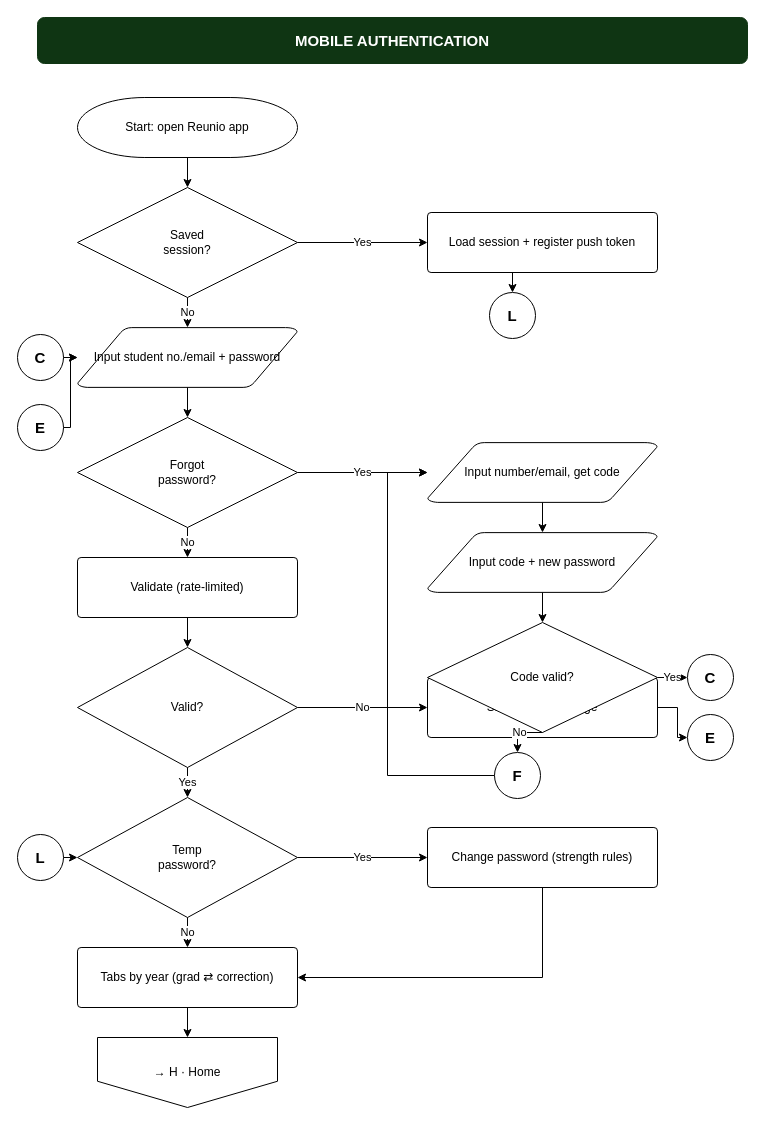
Before: page "Mobile — Auth" (2 of 4) of docs/reunio-mobile-flow.drawio in dibidjims17/Alumni-System, a draw.io diagram. Source tidied: cells renumbered, new cells numbered last; positions are measured from the earlier drawing's top-left corner, leaving out a move shared by most shapes. Both pictures are drawn from the tidied source at 100%, with x=0, y=0 at pixel (17, 17).
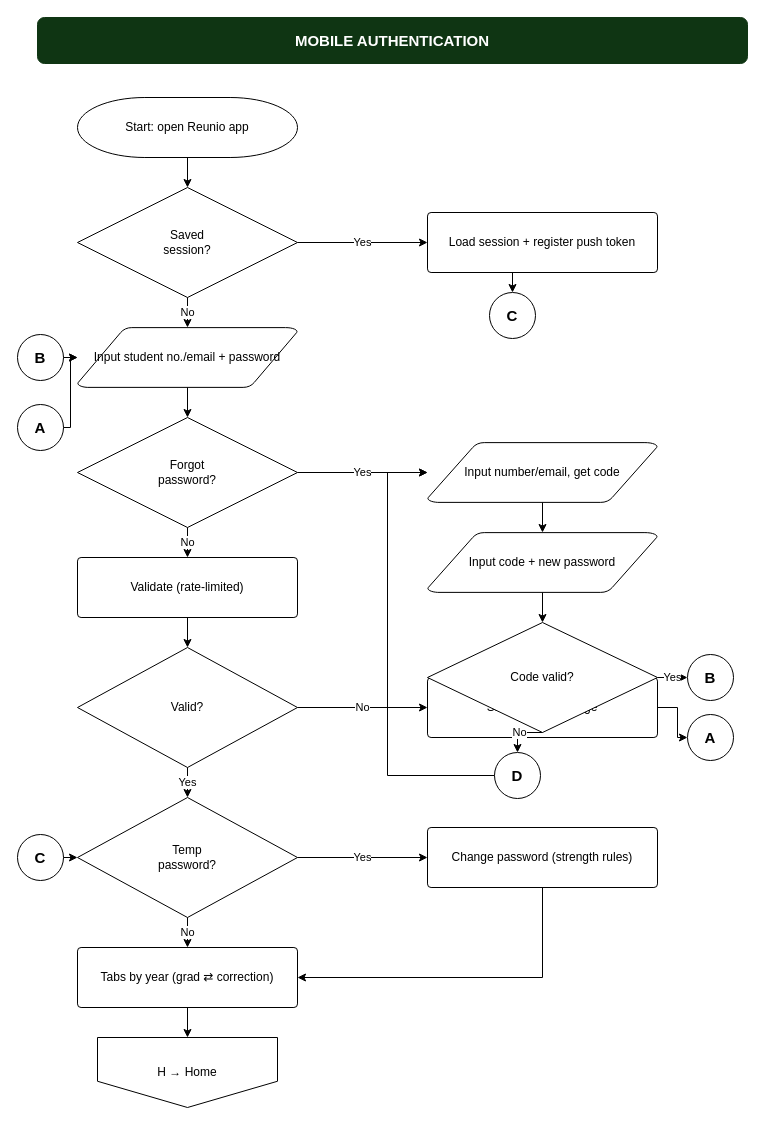
The same diagram, later.

What changed in the source:
```diff
@@
-    <mxCell id="11" value="E" style="shape=mxgraph.flowchart.start_2;whiteSpace=wrap;html=1;fontSize=15;fontStyle=1;" parent="1" vertex="1">
+    <mxCell id="11" value="A" style="shape=mxgraph.flowchart.start_2;whiteSpace=wrap;html=1;fontSize=15;fontStyle=1;" parent="1" vertex="1">
       <mxGeometry x="670" y="697" width="46" height="46" as="geometry" />
     </mxCell>
@@
-    <mxCell id="15" value="→ H · Home" style="shape=offPageConnector;whiteSpace=wrap;html=1;fontSize=12;" parent="1" vertex="1">
+    <mxCell id="15" value="H → Home" style="shape=offPageConnector;whiteSpace=wrap;html=1;fontSize=12;" parent="1" vertex="1">
       <mxGeometry x="80" y="1020" width="180" height="70" as="geometry" />
     </mxCell>
-    <mxCell id="16" value="C" style="shape=mxgraph.flowchart.start_2;whiteSpace=wrap;html=1;fontSize=15;fontStyle=1;" parent="1" vertex="1">
+    <mxCell id="16" value="B" style="shape=mxgraph.flowchart.start_2;whiteSpace=wrap;html=1;fontSize=15;fontStyle=1;" parent="1" vertex="1">
       <mxGeometry x="670" y="637" width="46" height="46" as="geometry" />
     </mxCell>
-    <mxCell id="17" value="C" style="shape=mxgraph.flowchart.start_2;whiteSpace=wrap;html=1;fontSize=15;fontStyle=1;" parent="1" vertex="1">
+    <mxCell id="17" value="B" style="shape=mxgraph.flowchart.start_2;whiteSpace=wrap;html=1;fontSize=15;fontStyle=1;" parent="1" vertex="1">
       <mxGeometry y="317" width="46" height="46" as="geometry" />
     </mxCell>
-    <mxCell id="18" value="E" style="shape=mxgraph.flowchart.start_2;whiteSpace=wrap;html=1;fontSize=15;fontStyle=1;" parent="1" vertex="1">
+    <mxCell id="18" value="A" style="shape=mxgraph.flowchart.start_2;whiteSpace=wrap;html=1;fontSize=15;fontStyle=1;" parent="1" vertex="1">
       <mxGeometry y="387" width="46" height="46" as="geometry" />
     </mxCell>
-    <mxCell id="19" value="L" style="shape=mxgraph.flowchart.start_2;whiteSpace=wrap;html=1;fontSize=15;fontStyle=1;" parent="1" vertex="1">
+    <mxCell id="19" value="C" style="shape=mxgraph.flowchart.start_2;whiteSpace=wrap;html=1;fontSize=15;fontStyle=1;" parent="1" vertex="1">
       <mxGeometry x="472" y="275" width="46" height="46" as="geometry" />
     </mxCell>
-    <mxCell id="20" value="L" style="shape=mxgraph.flowchart.start_2;whiteSpace=wrap;html=1;fontSize=15;fontStyle=1;" parent="1" vertex="1">
+    <mxCell id="20" value="C" style="shape=mxgraph.flowchart.start_2;whiteSpace=wrap;html=1;fontSize=15;fontStyle=1;" parent="1" vertex="1">
       <mxGeometry y="817" width="46" height="46" as="geometry" />
     </mxCell>
@@
-    <mxCell id="24" value="F" style="shape=mxgraph.flowchart.start_2;whiteSpace=wrap;html=1;fontSize=15;fontStyle=1;" parent="1" vertex="1">
+    <mxCell id="24" value="D" style="shape=mxgraph.flowchart.start_2;whiteSpace=wrap;html=1;fontSize=15;fontStyle=1;" parent="1" vertex="1">
       <mxGeometry x="477" y="735" width="46" height="46" as="geometry" />
     </mxCell>
```
